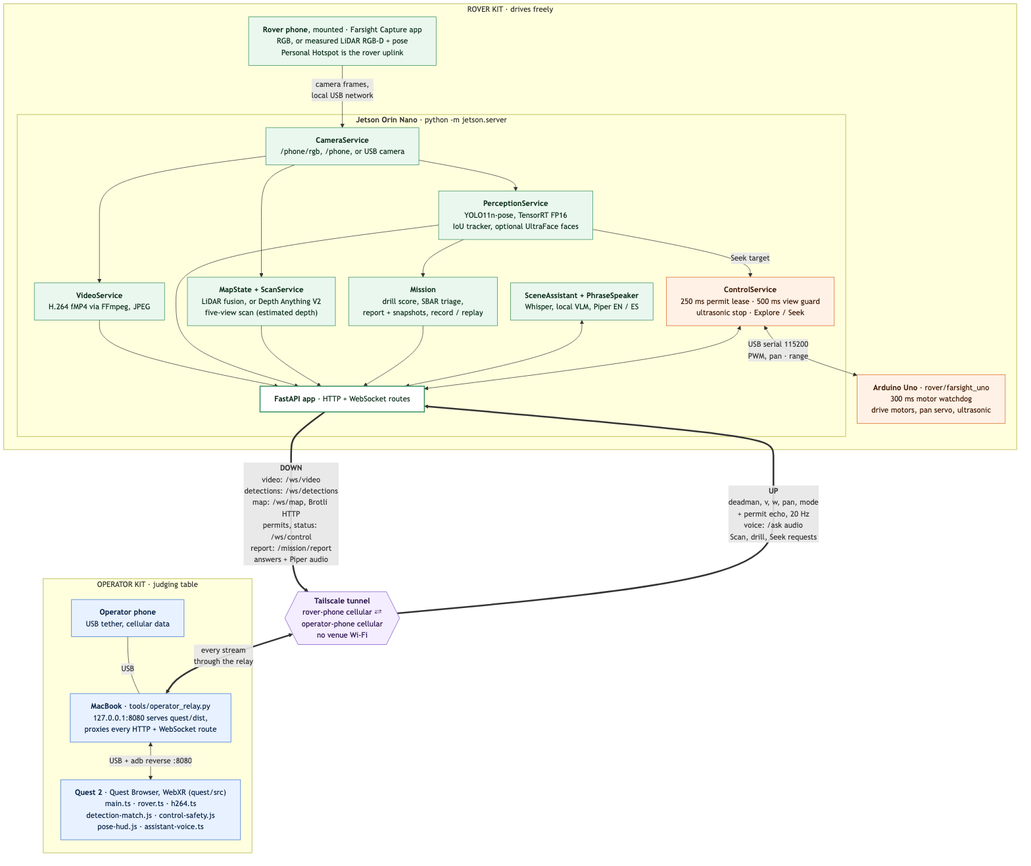
Above: docs/assets/architecture.png in azizu06/farsight (Mermaid), before the change. Its source is kept beside it as docs/assets/architecture.mmd.
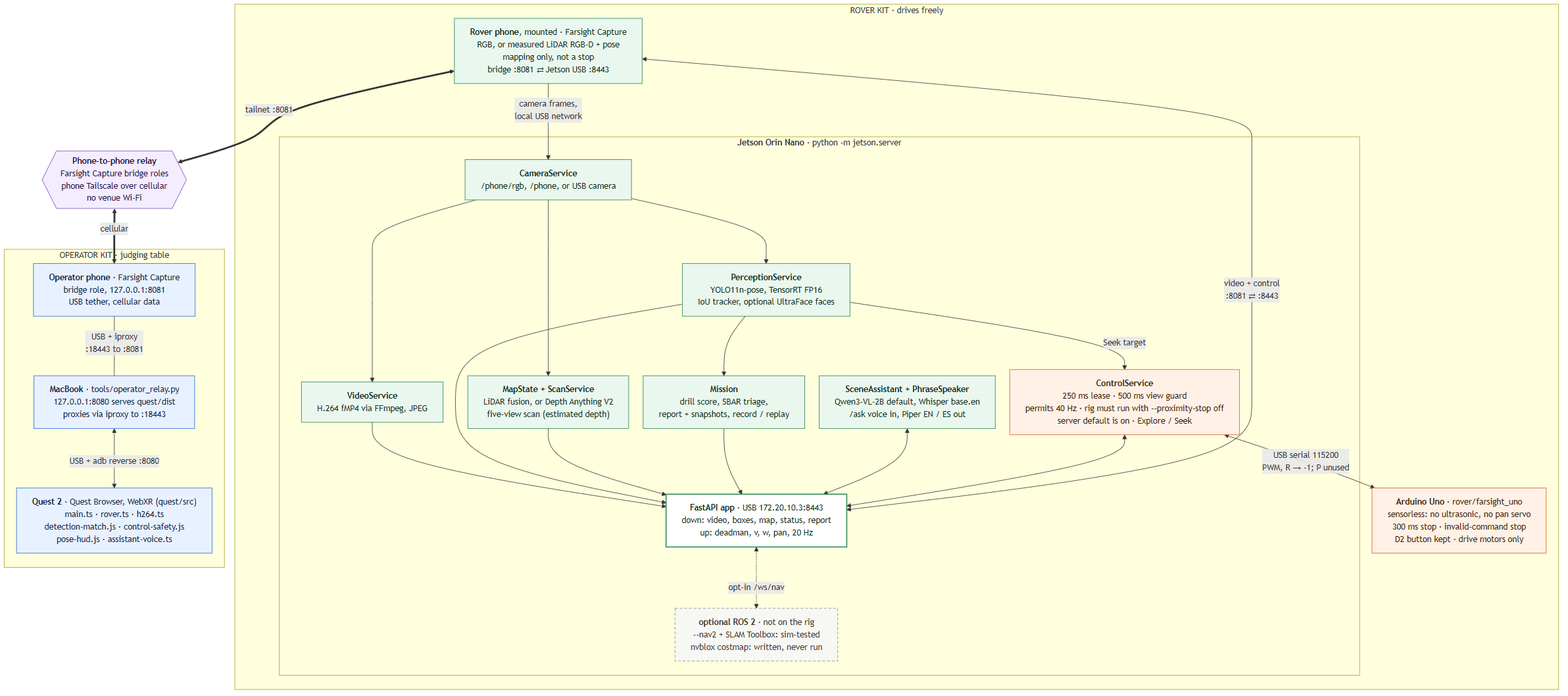
The same diagram one commit later.

Commit message:
Architecture diagram matches main: sensorless Uno, phone-to-phone relay, 40 Hz permits, optional ROS 2 (Refs #15)

Diff of the diagram source:
```diff
@@ -8,7 +8,7 @@
 flowchart TB
   subgraph RV["ROVER KIT · drives freely"]
     direction LR
-    RPh["<b>Rover phone</b>, mounted · Farsight Capture app<br/>RGB, or measured LiDAR RGB-D + pose<br/>Personal Hotspot is the rover uplink"]
+    RPh["<b>Rover phone</b>, mounted · Farsight Capture<br/>RGB, or measured LiDAR RGB-D + pose<br/>mapping only, not a stop<br/>bridge :8081 ⇄ Jetson USB :8443"]
     subgraph JS["<b>Jetson Orin Nano</b> · python -m jetson.server"]
       direction LR
       Cam["<b>CameraService</b><br/>/phone/rgb, /phone, or USB camera"]
@@ -16,9 +16,10 @@
       Vid["<b>VideoService</b><br/>H.264 fMP4 via FFmpeg, JPEG"]
       Map["<b>MapState + ScanService</b><br/>LiDAR fusion, or Depth Anything V2<br/>five-view scan (estimated depth)"]
       Mis["<b>Mission</b><br/>drill score, SBAR triage,<br/>report + snapshots, record / replay"]
-      Asst["<b>SceneAssistant + PhraseSpeaker</b><br/>Whisper, local VLM, Piper EN / ES"]
-      Ctl["<b>ControlService</b><br/>250 ms permit lease · 500 ms view guard<br/>ultrasonic stop · Explore / Seek"]
-      API["<b>FastAPI app</b> · HTTP + WebSocket routes"]
+      Asst["<b>SceneAssistant + PhraseSpeaker</b><br/>Qwen3-VL-2B default, Whisper base.en<br/>/ask voice in, Piper EN / ES out"]
+      Ctl["<b>ControlService</b><br/>250 ms lease · 500 ms view guard<br/>permits 40 Hz · rig must run with --proximity-stop off<br/>server default is on · Explore / Seek"]
+      API["<b>FastAPI app</b> · USB 172.20.10.3:8443<br/>down: video, boxes, map, status, report<br/>up: deadman, v, w, pan, 20 Hz"]
+      ROS["<b>optional ROS 2</b> · not on the rig<br/>--nav2 + SLAM Toolbox: sim-tested<br/>nvblox costmap: written, never run"]
       Cam --> Perc
       Cam --> Vid
       Cam --> Map
@@ -30,34 +31,37 @@
       Mis --> API
       Asst <--> API
       Ctl <--> API
+      API <-.->|opt-in /ws/nav| ROS
     end
-    Uno["<b>Arduino Uno</b> · rover/farsight_uno<br/>300 ms motor watchdog<br/>drive motors, pan servo, ultrasonic"]
+    Uno["<b>Arduino Uno</b> · rover/farsight_uno<br/>sensorless: no ultrasonic, no pan servo<br/>300 ms stop · invalid-command stop<br/>D2 button kept · drive motors only"]
     RPh -->|"camera frames,<br/>local USB network"| Cam
-    Ctl <-->|"USB serial 115200<br/>PWM, pan · range"| Uno
+    RPh <-->|"video + control<br/>:8081 ⇄ :8443"| API
+    Ctl <-->|"USB serial 115200<br/>PWM, R → -1; P unused"| Uno
   end
 
-  TS{{"<b>Tailscale tunnel</b><br/>rover-phone cellular ⇄<br/>operator-phone cellular<br/>no venue Wi-Fi"}}
+  TS{{"<b>Phone-to-phone relay</b><br/>Farsight Capture bridge roles<br/>phone Tailscale over cellular<br/>no venue Wi-Fi"}}
 
   subgraph OP["OPERATOR KIT · judging table"]
     direction LR
-    OPh["<b>Operator phone</b><br/>USB tether, cellular data"]
-    Mac["<b>MacBook</b> · tools/operator_relay.py<br/>127.0.0.1:8080 serves quest/dist,<br/>proxies every HTTP + WebSocket route"]
+    OPh["<b>Operator phone</b> · Farsight Capture<br/>bridge role, 127.0.0.1:8081<br/>USB tether, cellular data"]
+    Mac["<b>MacBook</b> · tools/operator_relay.py<br/>127.0.0.1:8080 serves quest/dist<br/>proxies via iproxy to :18443"]
     Quest["<b>Quest 2</b> · Quest Browser, WebXR (quest/src)<br/>main.ts · rover.ts · h264.ts<br/>detection-match.js · control-safety.js<br/>pose-hud.js · assistant-voice.ts"]
-    OPh ---|USB| Mac
+    OPh ---|"USB + iproxy<br/>:18443 to :8081"| Mac
     Mac <-->|"USB + adb reverse :8080"| Quest
   end
 
-  API ==>|"<b>DOWN</b><br/>video: /ws/video<br/>detections: /ws/detections<br/>map: /ws/map, Brotli HTTP<br/>permits, status: /ws/control<br/>report: /mission/report<br/>answers + Piper audio"| TS
-  TS ==>|"<b>UP</b><br/>deadman, v, w, pan, mode<br/>+ permit echo, 20 Hz<br/>voice: /ask audio<br/>Scan, drill, Seek requests"| API
-  TS <==>|"every stream<br/>through the relay"| Mac
+  RPh <==>|"tailnet :8081"| TS
+  TS <==>|"cellular"| OPh
 
   classDef op fill:#e8f1ff,stroke:#2f6fd6,color:#0b2547
   classDef rv fill:#eaf7ee,stroke:#2e8b57,color:#0d2e1a
   classDef safe fill:#fff1e6,stroke:#d9661f,color:#3d1a05
   classDef net fill:#f4ecff,stroke:#7a4cc2,color:#26104a
   classDef hub fill:#ffffff,stroke:#2e8b57,color:#0d2e1a,stroke-width:2px
+  classDef opt fill:#f7f7f4,stroke:#8a8378,color:#3d3832,stroke-dasharray:5 4
   class Quest,Mac,OPh op
   class RPh,Cam,Vid,Perc,Map,Mis,Asst rv
   class Ctl,Uno safe
   class TS net
   class API hub
+  class ROS opt
```
